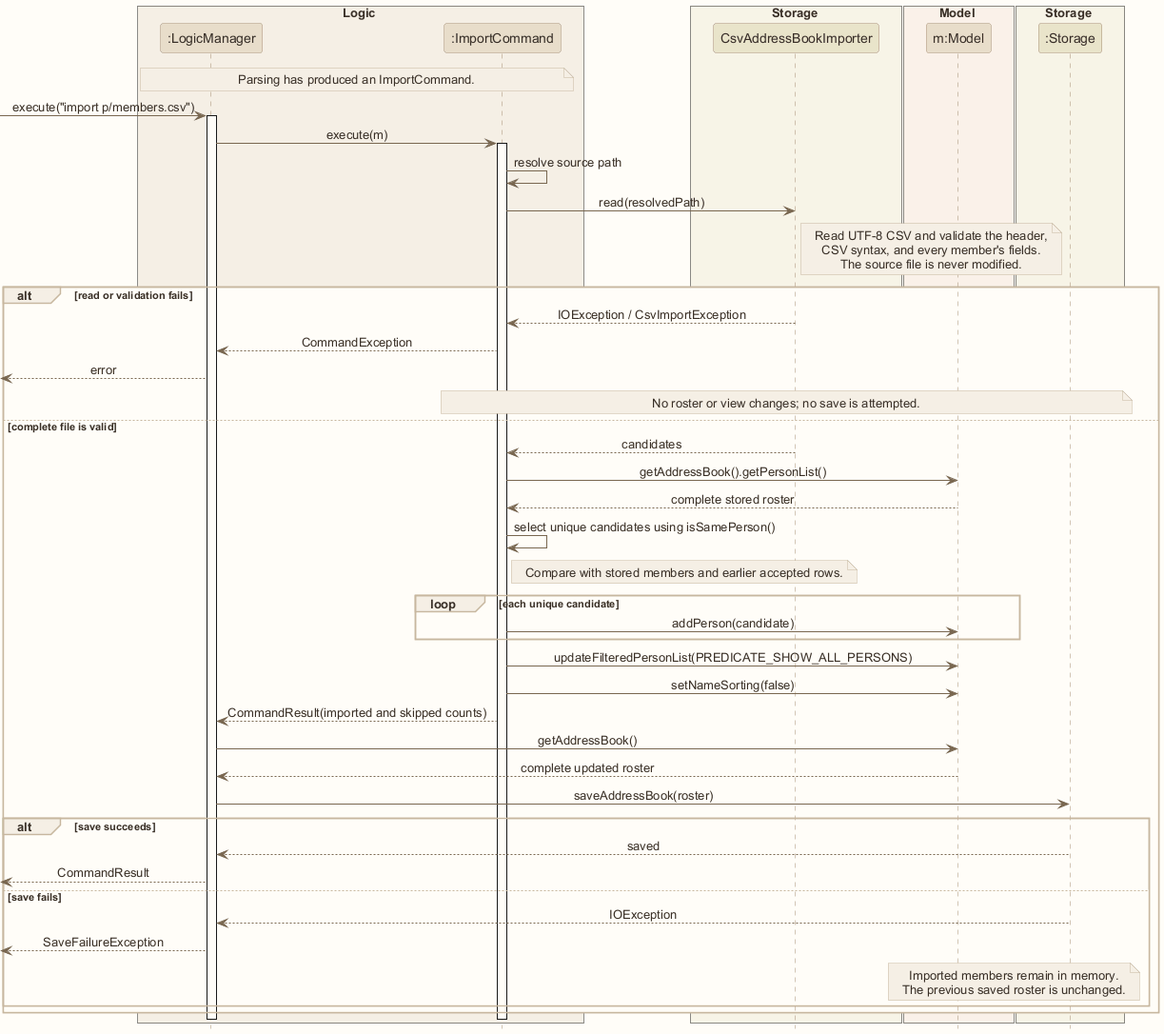
AY2627S1-CS2103T-W12-1/tp keeps this PlantUML diagram as images/CsvImportSequenceDiagram.png. Above is the earlier version. Its diagram source:
```plantuml
@startuml
!include style.puml
skinparam ArrowFontStyle plain

box Logic LOGIC_COLOR_T1
participant ":LogicManager" as Logic LOGIC_COLOR
participant ":ImportCommand" as Command LOGIC_COLOR
end box
box Storage STORAGE_COLOR_T1
participant "CsvAddressBookImporter" as Importer STORAGE_COLOR
end box
box Model MODEL_COLOR_T1
participant "m:Model" as Model MODEL_COLOR
end box
box Storage STORAGE_COLOR_T1
participant ":Storage" as Storage STORAGE_COLOR
end box

note over Logic, Command: Parsing has produced an ImportCommand.
[-> Logic : execute("import p/members.csv")
activate Logic
Logic -> Command : execute(m)
activate Command
Command -> Command : resolve source path
Command -> Importer : read(resolvedPath)
note right of Importer
Read UTF-8 CSV and validate the header,
CSV syntax, and every member's fields.
The source file is never modified.
end note
alt read or validation fails
    Importer --> Command : IOException / CsvImportException
    Command --> Logic : CommandException
    [<-- Logic : error
    note over Command, Storage: No roster or view changes; no save is attempted.
else complete file is valid
    Importer --> Command : candidates
    Command -> Model : getAddressBook().getPersonList()
    Model --> Command : complete stored roster
    Command -> Command : select unique candidates using isSamePerson()
    note right of Command: Compare with stored members and earlier accepted rows.
    loop each unique candidate
        Command -> Model : addPerson(candidate)
    end
    Command -> Model : updateFilteredPersonList(PREDICATE_SHOW_ALL_PERSONS)
    Command -> Model : setNameSorting(false)
    Command --> Logic : CommandResult(imported and skipped counts)
    Logic -> Model : getAddressBook()
    Model --> Logic : complete updated roster
    Logic -> Storage : saveAddressBook(roster)
    alt save succeeds
        Storage --> Logic : saved
        [<-- Logic : CommandResult
    else save fails
        Storage --> Logic : IOException
        [<-- Logic : SaveFailureException
        note over Model, Storage
        Imported members remain in memory.
        The previous saved roster is unchanged.
        end note
    end
end
deactivate Command
deactivate Logic
@enduml
```
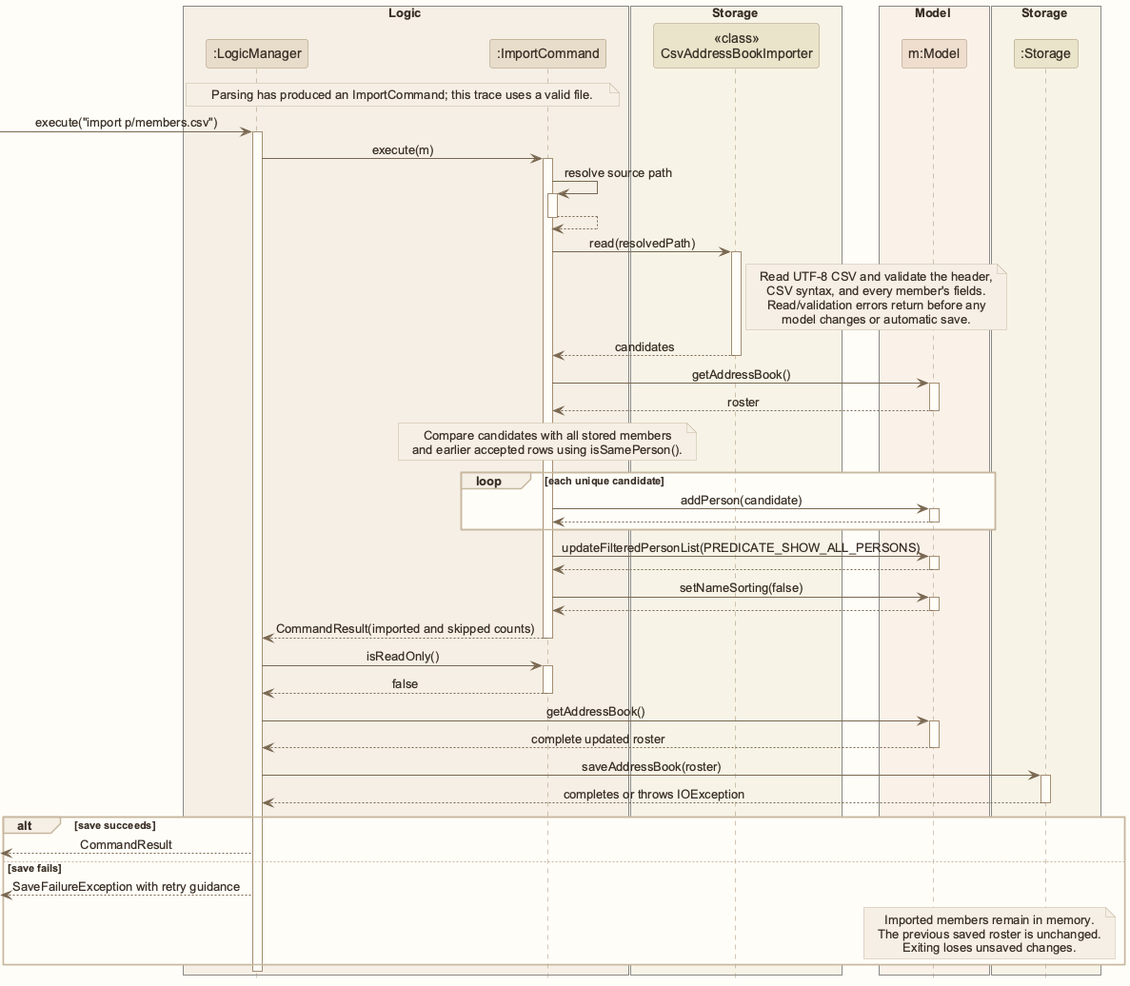
The same diagram one commit later.

Change to the diagram source:
```diff
@@ -1,4 +1,5 @@
 @startuml
+!pragma layout smetana
 !include style.puml
 skinparam ArrowFontStyle plain
 
@@ -7,7 +8,7 @@
 participant ":ImportCommand" as Command LOGIC_COLOR
 end box
 box Storage STORAGE_COLOR_T1
-participant "CsvAddressBookImporter" as Importer STORAGE_COLOR
+participant "<<class>>\nCsvAddressBookImporter" as Importer STORAGE_COLOR
 end box
 box Model MODEL_COLOR_T1
 participant "m:Model" as Model MODEL_COLOR
@@ -16,50 +17,67 @@
 participant ":Storage" as Storage STORAGE_COLOR
 end box
 
-note over Logic, Command: Parsing has produced an ImportCommand.
+note over Logic, Command: Parsing has produced an ImportCommand; this trace uses a valid file.
 [-> Logic : execute("import p/members.csv")
 activate Logic
 Logic -> Command : execute(m)
 activate Command
 Command -> Command : resolve source path
+activate Command
+Command --> Command
+deactivate Command
 Command -> Importer : read(resolvedPath)
+activate Importer
 note right of Importer
 Read UTF-8 CSV and validate the header,
 CSV syntax, and every member's fields.
-The source file is never modified.
+Read/validation errors return before any
+model changes or automatic save.
 end note
-alt read or validation fails
-    Importer --> Command : IOException / CsvImportException
-    Command --> Logic : CommandException
-    [<-- Logic : error
-    note over Command, Storage: No roster or view changes; no save is attempted.
-else complete file is valid
-    Importer --> Command : candidates
-    Command -> Model : getAddressBook().getPersonList()
-    Model --> Command : complete stored roster
-    Command -> Command : select unique candidates using isSamePerson()
-    note right of Command: Compare with stored members and earlier accepted rows.
-    loop each unique candidate
-        Command -> Model : addPerson(candidate)
-    end
-    Command -> Model : updateFilteredPersonList(PREDICATE_SHOW_ALL_PERSONS)
-    Command -> Model : setNameSorting(false)
-    Command --> Logic : CommandResult(imported and skipped counts)
-    Logic -> Model : getAddressBook()
-    Model --> Logic : complete updated roster
-    Logic -> Storage : saveAddressBook(roster)
-    alt save succeeds
-        Storage --> Logic : saved
-        [<-- Logic : CommandResult
-    else save fails
-        Storage --> Logic : IOException
-        [<-- Logic : SaveFailureException
-        note over Model, Storage
-        Imported members remain in memory.
-        The previous saved roster is unchanged.
-        end note
-    end
+Importer --> Command : candidates
+deactivate Importer
+Command -> Model : getAddressBook()
+activate Model
+Model --> Command : roster
+deactivate Model
+note over Command: Compare candidates with all stored members\nand earlier accepted rows using isSamePerson().
+loop each unique candidate
+    Command -> Model : addPerson(candidate)
+    activate Model
+    Model --> Command
+    deactivate Model
 end
+Command -> Model : updateFilteredPersonList(PREDICATE_SHOW_ALL_PERSONS)
+activate Model
+Model --> Command
+deactivate Model
+Command -> Model : setNameSorting(false)
+activate Model
+Model --> Command
+deactivate Model
+Command --> Logic : CommandResult(imported and skipped counts)
 deactivate Command
+Logic -> Command : isReadOnly()
+activate Command
+Command --> Logic : false
+deactivate Command
+Logic -> Model : getAddressBook()
+activate Model
+Model --> Logic : complete updated roster
+deactivate Model
+Logic -> Storage : saveAddressBook(roster)
+activate Storage
+Storage --> Logic : completes or throws IOException
+deactivate Storage
+alt save succeeds
+    [<-- Logic : CommandResult
+else save fails
+    [<-- Logic : SaveFailureException with retry guidance
+    note over Model, Storage
+    Imported members remain in memory.
+    The previous saved roster is unchanged.
+    Exiting loses unsaved changes.
+    end note
+end
 deactivate Logic
 @enduml
```
